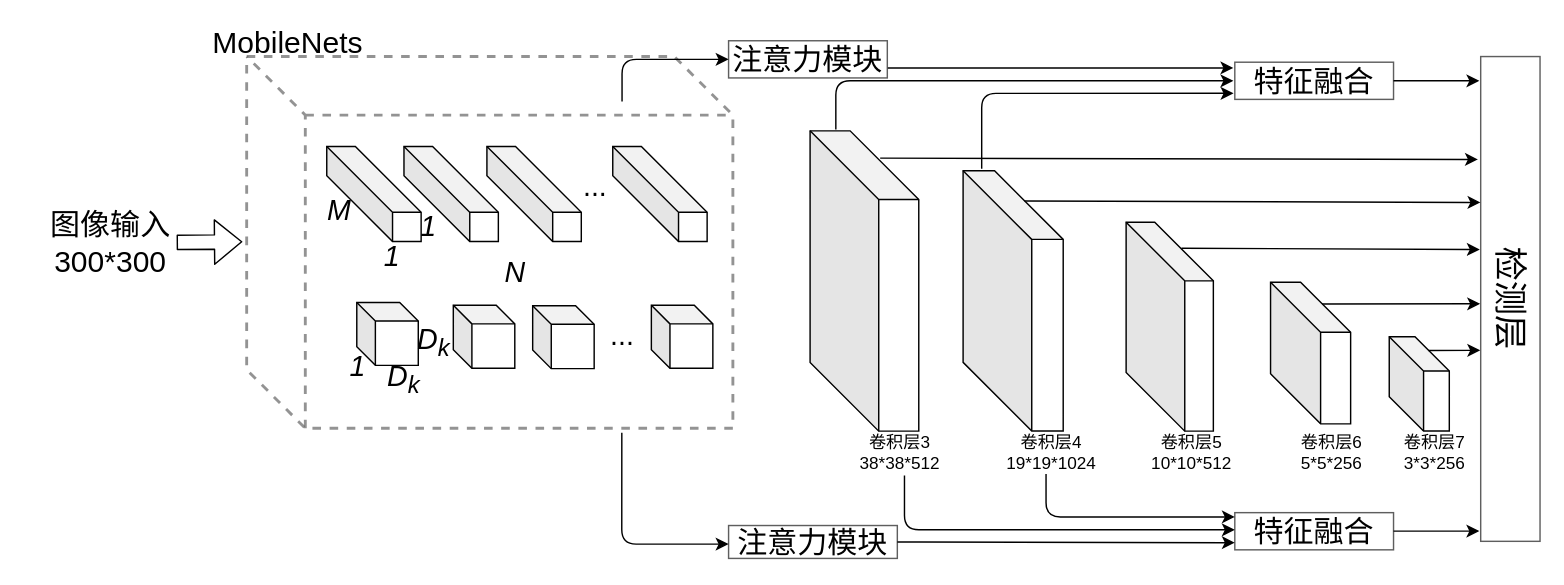
Before: Report/MSSD.drawio in murongsina/RRT, a draw.io diagram. Source tidied: cells renumbered, new cells numbered last; positions are measured from the earlier drawing's top-left corner, leaving out a move shared by most shapes. Both pictures are drawn from the tidied source at 143%, with x=0, y=0 at pixel (24, 27).
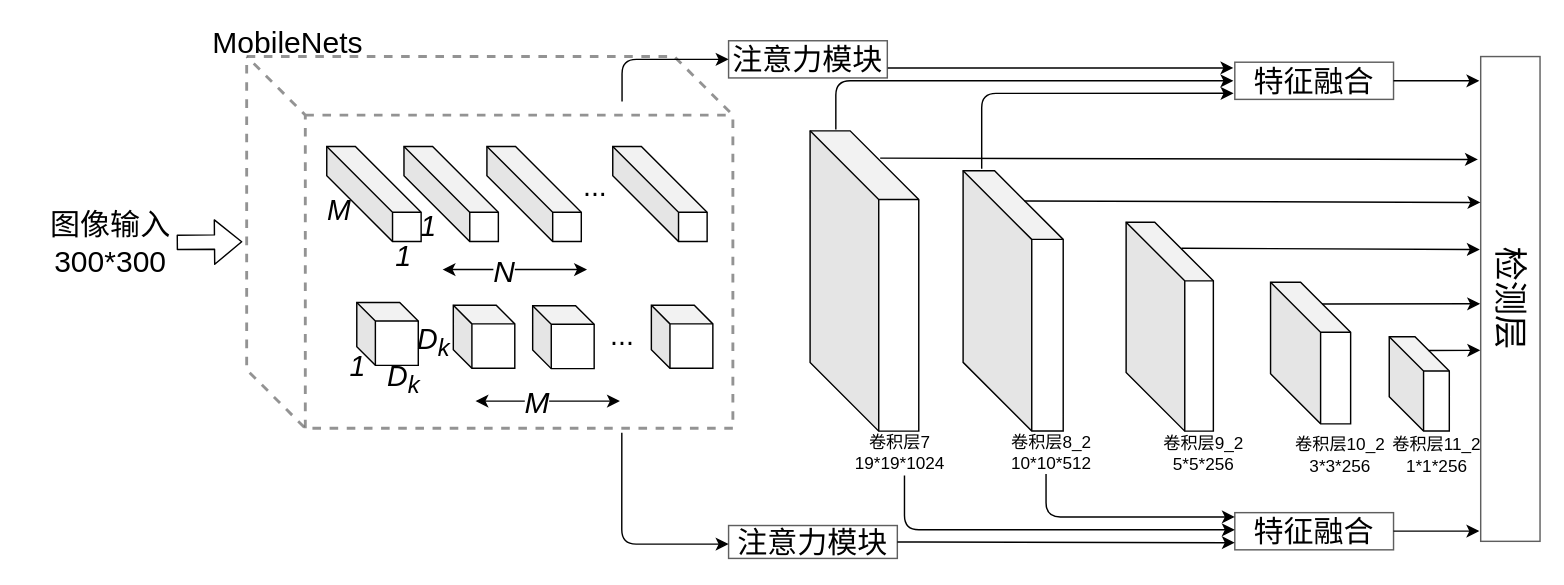
Above is the later version.

The edit, as a diff of the source:
```diff
@@
-    <mxCell id="21" value="卷积层3&lt;br&gt;38*38*512" style="text;html=1;strokeColor=none;fillColor=none;align=center;verticalAlign=middle;whiteSpace=wrap;rounded=0;shadow=0;sketch=0;opacity=70;" parent="1" vertex="1">
+    <mxCell id="21" value="卷积层7&lt;br&gt;19*19*1024" style="text;html=1;strokeColor=none;fillColor=none;align=center;verticalAlign=middle;whiteSpace=wrap;rounded=0;shadow=0;sketch=0;opacity=70;" parent="1" vertex="1">
       <mxGeometry x="592" y="287" width="40" height="20" as="geometry" />
     </mxCell>
@@
-    <mxCell id="35" value="卷积层4&lt;br&gt;19*19*1024" style="text;html=1;strokeColor=none;fillColor=none;align=center;verticalAlign=middle;whiteSpace=wrap;rounded=0;shadow=0;sketch=0;opacity=70;" parent="1" vertex="1">
+    <mxCell id="35" value="卷积层8_2&lt;br&gt;10*10*512" style="text;html=1;strokeColor=none;fillColor=none;align=center;verticalAlign=middle;whiteSpace=wrap;rounded=0;shadow=0;sketch=0;opacity=70;" parent="1" vertex="1">
       <mxGeometry x="698" y="287" width="40" height="20" as="geometry" />
     </mxCell>
-    <mxCell id="36" value="卷积层5&lt;br&gt;10*10*512" style="text;html=1;strokeColor=none;fillColor=none;align=center;verticalAlign=middle;whiteSpace=wrap;rounded=0;shadow=0;sketch=0;opacity=70;" parent="1" vertex="1">
-      <mxGeometry x="796" y="287" width="40" height="20" as="geometry" />
+    <mxCell id="36" value="卷积层9_2&lt;br&gt;5*5*256" style="text;html=1;strokeColor=none;fillColor=none;align=center;verticalAlign=middle;whiteSpace=wrap;rounded=0;shadow=0;sketch=0;opacity=70;" parent="1" vertex="1">
+      <mxGeometry x="791" y="288" width="67" height="20" as="geometry" />
     </mxCell>
-    <mxCell id="37" value="卷积层6&lt;br&gt;5*5*256" style="text;html=1;strokeColor=none;fillColor=none;align=center;verticalAlign=middle;whiteSpace=wrap;rounded=0;shadow=0;sketch=0;opacity=70;" parent="1" vertex="1">
-      <mxGeometry x="894" y="287" width="40" height="20" as="geometry" />
+    <mxCell id="37" value="卷积层10_2&lt;br&gt;3*3*256" style="text;html=1;strokeColor=none;fillColor=none;align=center;verticalAlign=middle;whiteSpace=wrap;rounded=0;shadow=0;sketch=0;opacity=70;" parent="1" vertex="1">
+      <mxGeometry x="886" y="289" width="68" height="20" as="geometry" />
     </mxCell>
-    <mxCell id="38" value="卷积层7&lt;br&gt;3*3*256" style="text;html=1;strokeColor=none;fillColor=none;align=center;verticalAlign=middle;whiteSpace=wrap;rounded=0;shadow=0;sketch=0;opacity=70;" parent="1" vertex="1">
-      <mxGeometry x="966" y="287" width="40" height="20" as="geometry" />
+    <mxCell id="38" value="卷积层11_2&lt;br&gt;1*1*256" style="text;html=1;strokeColor=none;fillColor=none;align=center;verticalAlign=middle;whiteSpace=wrap;rounded=0;shadow=0;sketch=0;opacity=70;" parent="1" vertex="1">
+      <mxGeometry x="950" y="289" width="75" height="20" as="geometry" />
     </mxCell>
@@
     <mxCell id="44" value="&lt;i&gt;1&lt;/i&gt;" style="text;html=1;strokeColor=none;fillColor=none;align=center;verticalAlign=middle;whiteSpace=wrap;rounded=0;dashed=1;fontSize=20;" parent="1" vertex="1">
-      <mxGeometry x="237" y="149.4" width="40" height="20" as="geometry" />
+      <mxGeometry x="245" y="149.4" width="40" height="20" as="geometry" />
     </mxCell>
@@
+    <mxCell id="53" style="endArrow=classic;startArrow=classic;html=1;" parent="1" edge="1">
+      <mxGeometry relative="1" as="geometry">
+        <mxPoint x="292" y="169" as="sourcePoint" />
+        <mxPoint x="393" y="169" as="targetPoint" />
+      </mxGeometry>
+    </mxCell>
-    <mxCell id="52" value="&lt;i&gt;N&lt;/i&gt;" style="text;html=1;strokeColor=none;fillColor=none;align=center;verticalAlign=middle;whiteSpace=wrap;rounded=0;dashed=1;fontSize=20;" parent="1" vertex="1">
-      <mxGeometry x="323" y="160" width="40" height="20" as="geometry" />
+    <mxCell id="52" value="&lt;i&gt;&lt;font style=&quot;font-size: 21px&quot;&gt;N&lt;/font&gt;&lt;/i&gt;" style="edgeLabel;html=1;align=center;verticalAlign=middle;" parent="53" vertex="1">
+      <mxGeometry x="-0.17" relative="1" as="geometry" />
     </mxCell>
+    <mxCell id="54" style="endArrow=classic;startArrow=classic;html=1;" parent="1" edge="1">
+      <mxGeometry relative="1" as="geometry">
+        <mxPoint x="315" y="261" as="sourcePoint" />
+        <mxPoint x="416" y="261" as="targetPoint" />
+      </mxGeometry>
+    </mxCell>
+    <mxCell id="55" value="&lt;i&gt;&lt;font style=&quot;font-size: 21px&quot;&gt;M&lt;/font&gt;&lt;/i&gt;" style="edgeLabel;html=1;align=center;verticalAlign=middle;" parent="54" vertex="1">
+      <mxGeometry x="-0.17" relative="1" as="geometry" />
+    </mxCell>
```
